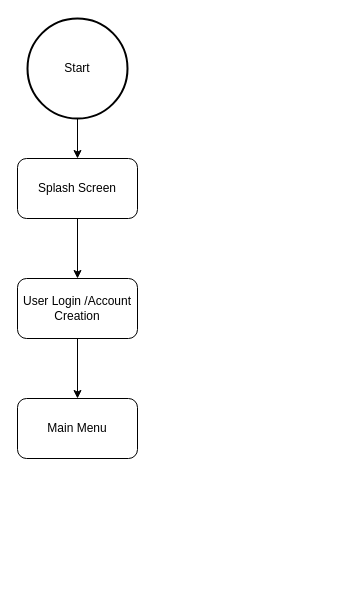
gitMarv23/social-therapy-mobile keeps this draw.io diagram as flow.drawio. Above is the earlier version. Source tidied: cells renumbered, new cells numbered last; positions are measured from the earlier drawing's top-left corner, leaving out a move shared by most shapes. Both pictures are drawn from the tidied source at 100%, with x=0, y=0 at pixel (17, 18).
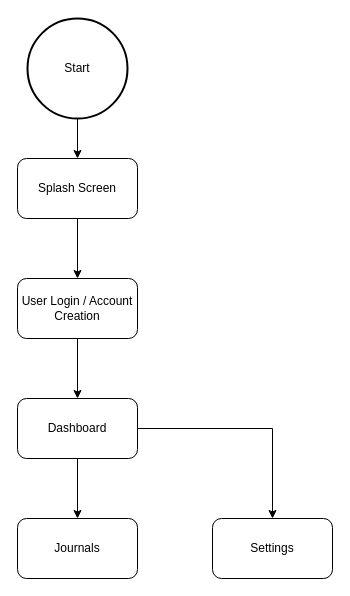
The same page after the edit.

Commit message (it also covers changes not shown here):
Flowchart rudimentary layout for initial structure. Lays foundation for application development

Diff of the diagram source:
```diff
@@
 <mxGraphModel>
   <root>
     <mxCell id="0" />
     <mxCell id="1" parent="0" />
     <mxCell id="2" style="edgeStyle=orthogonalEdgeStyle;rounded=0;jettySize=auto;html=1;" parent="1" edge="1" source="3" target="7">
       <mxGeometry relative="1" as="geometry" />
     </mxCell>
     <mxCell id="3" value="Splash Screen" style="rounded=1;whiteSpace=wrap;html=1;" parent="1" vertex="1">
       <mxGeometry y="140" width="120" height="60" as="geometry" />
     </mxCell>
     <mxCell id="4" style="edgeStyle=orthogonalEdgeStyle;rounded=0;jettySize=auto;html=1;entryX=0.5;entryY=0;entryDx=0;entryDy=0;" parent="1" edge="1" source="5" target="3">
       <mxGeometry relative="1" as="geometry" />
     </mxCell>
     <mxCell id="5" value="Start" style="strokeWidth=2;html=1;shape=mxgraph.flowchart.start_2;whiteSpace=wrap;" parent="1" vertex="1">
       <mxGeometry x="10" width="100" height="100" as="geometry" />
     </mxCell>
     <mxCell id="6" style="edgeStyle=orthogonalEdgeStyle;rounded=0;jettySize=auto;html=1;" parent="1" edge="1" source="7" target="8">
       <mxGeometry relative="1" as="geometry" />
     </mxCell>
-    <mxCell id="7" value="User Login /Account Creation" style="rounded=1;whiteSpace=wrap;html=1;" parent="1" vertex="1">
+    <mxCell id="7" value="User Login / Account Creation" style="rounded=1;whiteSpace=wrap;html=1;" parent="1" vertex="1">
       <mxGeometry y="260" width="120" height="60" as="geometry" />
     </mxCell>
+    <mxCell id="9" style="edgeStyle=orthogonalEdgeStyle;rounded=0;jettySize=auto;html=1;entryX=0.5;entryY=0;entryDx=0;entryDy=0;" parent="1" edge="1" source="8" target="12">
+      <mxGeometry relative="1" as="geometry" />
+    </mxCell>
+    <mxCell id="10" style="edgeStyle=orthogonalEdgeStyle;rounded=0;jettySize=auto;html=1;entryX=0.5;entryY=0;entryDx=0;entryDy=0;" parent="1" edge="1" source="8" target="11">
+      <mxGeometry relative="1" as="geometry" />
+    </mxCell>
-    <mxCell id="8" value="Main Menu" style="rounded=1;whiteSpace=wrap;html=1;" parent="1" vertex="1">
+    <mxCell id="8" value="Dashboard" style="rounded=1;whiteSpace=wrap;html=1;" parent="1" vertex="1">
       <mxGeometry y="380" width="120" height="60" as="geometry" />
     </mxCell>
+    <mxCell id="11" value="Settings" style="rounded=1;whiteSpace=wrap;html=1;" parent="1" vertex="1">
+      <mxGeometry x="195" y="500" width="120" height="60" as="geometry" />
+    </mxCell>
+    <mxCell id="12" value="Journals" style="rounded=1;whiteSpace=wrap;html=1;" parent="1" vertex="1">
+      <mxGeometry y="500" width="120" height="60" as="geometry" />
+    </mxCell>
   </root>
 </mxGraphModel>
```
